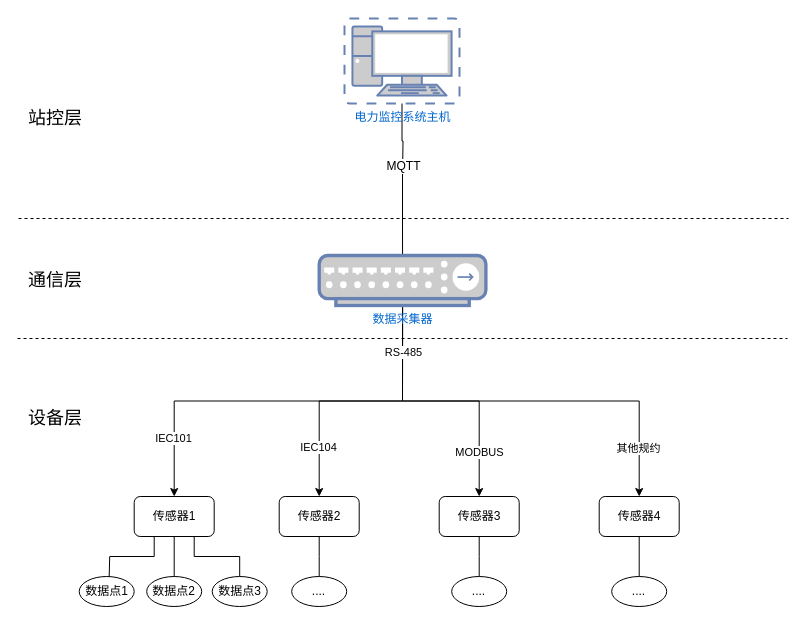
The draw.io diagram 上海金桥项目数据采集和平台通讯图.drawio in wangyufei0807/draw, before the edit. Source tidied: cells renumbered, new cells numbered last; positions are measured from the earlier drawing's top-left corner, leaving out a move shared by most shapes. Both pictures are drawn from the tidied source at 100%, with x=0, y=0 at pixel (17, 18).
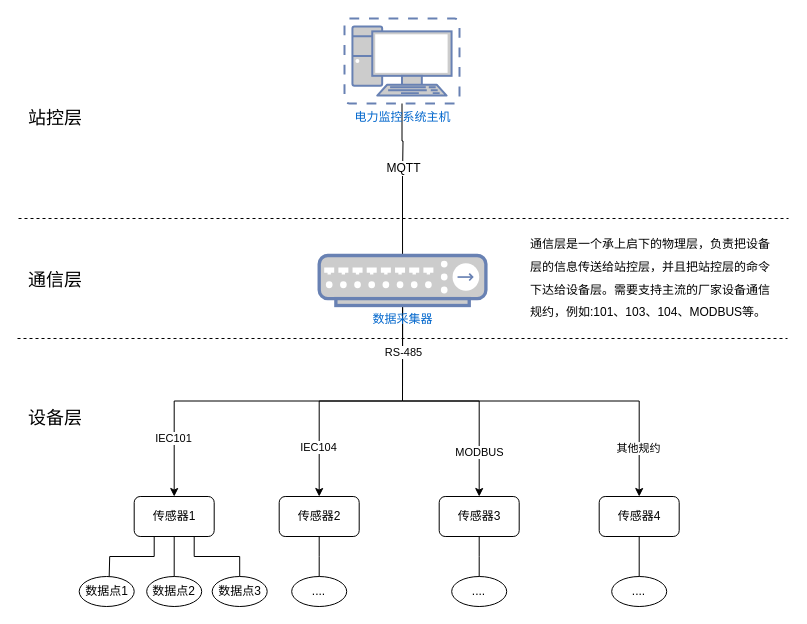
The same page after the edit.

Commit message (it also covers changes not shown here):
更新上海金桥项目数据采集和平台通讯图.drawio

The change refers to these unchanged cells:
```xml
<mxCell id="29" style="edgeStyle=orthogonalEdgeStyle;rounded=0;jettySize=auto;html=1;endArrow=none;endFill=0;fontSize=18;" parent="1" edge="1" target="31">
  <mxGeometry relative="1" as="geometry">
    <mxPoint x="385" y="160" as="sourcePoint" />
  </mxGeometry>
</mxCell>
```

Change to the diagram source:
```diff
@@
     <mxCell id="30" value="MQTT" style="edgeLabel;html=1;align=center;verticalAlign=middle;fontSize=12;" parent="29" vertex="1">
       <mxGeometry x="-0.05" y="-1" relative="1" as="geometry">
-        <mxPoint x="-1" y="23" as="offset" />
+        <mxPoint x="-1" y="25" as="offset" />
       </mxGeometry>
     </mxCell>
@@
+    <mxCell id="37" value="&lt;p style=&quot;line-height: 190%&quot;&gt;通信层是一个承上启下的物理层，负责把设备&lt;br&gt;层的信息传送给站控层，并且把站控层的命令&lt;br&gt;下达给设备层。需要支持主流的厂家设备通信&lt;br&gt;规约，例如:101、103、104、MODBUS等。&lt;/p&gt;" style="text;html=1;align=left;verticalAlign=middle;fontSize=12;" parent="1" vertex="1">
+      <mxGeometry x="511" y="200" width="260" height="120" as="geometry" />
+    </mxCell>
```
